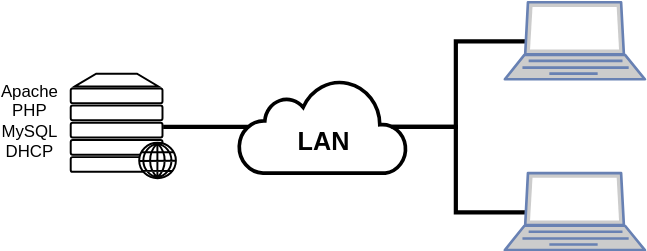
Above: web/web-api/codes/service/dhcp/assets/architecture.svg in ifpb/php-guide (draw.io), before the change. Source tidied: cells renumbered, new cells last; positions are measured from the earlier drawing's top-left corner, leaving out a move shared by most shapes. The source it was exported from:
```xml
<mxGraphModel>
  <root>
    <mxCell id="0" />
    <mxCell id="1" parent="0" />
    <mxCell id="2" style="edgeStyle=orthogonalEdgeStyle;rounded=0;html=1;jettySize=auto;strokeWidth=3;startArrow=none;startFill=0;endArrow=none;endFill=0;entryX=0.91;entryY=0.5;entryPerimeter=0;exitX=0.15;exitY=0.5;exitPerimeter=0;" parent="1" edge="1" source="7" target="3">
      <mxGeometry relative="1" as="geometry" />
    </mxCell>
    <mxCell id="3" style="html=1;outlineConnect=0;fillColor=#ffffff;strokeColor=#000000;gradientDirection=north;strokeWidth=2;shape=mxgraph.networks.cloud;fontColor=#ffffff;" parent="1" vertex="1">
      <mxGeometry x="170" y="55" width="120" height="67" as="geometry" />
    </mxCell>
    <mxCell id="4" style="edgeStyle=orthogonalEdgeStyle;rounded=0;html=1;exitX=0.88;exitY=0.5;exitPerimeter=0;entryX=0.06;entryY=0.5;entryPerimeter=0;startArrow=none;startFill=0;endArrow=none;endFill=0;jettySize=auto;strokeWidth=3;" parent="1" edge="1" source="5" target="3">
      <mxGeometry relative="1" as="geometry" />
    </mxCell>
    <mxCell id="5" style="fontColor=#0066CC;verticalAlign=top;verticalLabelPosition=bottom;labelPosition=center;align=center;html=1;outlineConnect=0;fillColor=#ffffff;strokeColor=#000000;gradientDirection=north;strokeWidth=2;shape=mxgraph.networks.web_server;" parent="1" vertex="1">
      <mxGeometry x="50" y="51" width="75" height="75" as="geometry" />
    </mxCell>
    <mxCell id="6" value="&lt;font style=&quot;font-size: 18px&quot;&gt;&lt;b&gt;LAN&lt;/b&gt;&lt;/font&gt;" style="text;html=1;strokeColor=none;fillColor=none;align=center;verticalAlign=middle;whiteSpace=wrap;rounded=0;" parent="1" vertex="1">
      <mxGeometry x="210" y="89" width="40" height="20" as="geometry" />
    </mxCell>
    <mxCell id="7" style="fontColor=#0066CC;verticalAlign=top;verticalLabelPosition=bottom;labelPosition=center;align=center;html=1;outlineConnect=0;fillColor=#CCCCCC;strokeColor=#6881B3;gradientColor=none;gradientDirection=north;strokeWidth=2;shape=mxgraph.networks.laptop;" parent="1" vertex="1">
      <mxGeometry x="360" width="100" height="55" as="geometry" />
    </mxCell>
    <mxCell id="8" style="edgeStyle=orthogonalEdgeStyle;rounded=0;html=1;exitX=0.15;exitY=0.5;exitPerimeter=0;entryX=0.91;entryY=0.5;entryPerimeter=0;startArrow=none;startFill=0;endArrow=none;endFill=0;jettySize=auto;strokeWidth=3;" parent="1" edge="1" source="9" target="3">
      <mxGeometry relative="1" as="geometry" />
    </mxCell>
    <mxCell id="9" style="fontColor=#0066CC;verticalAlign=top;verticalLabelPosition=bottom;labelPosition=center;align=center;html=1;outlineConnect=0;fillColor=#CCCCCC;strokeColor=#6881B3;gradientColor=none;gradientDirection=north;strokeWidth=2;shape=mxgraph.networks.laptop;" parent="1" vertex="1">
      <mxGeometry x="360" y="122" width="100" height="55" as="geometry" />
    </mxCell>
    <mxCell id="10" value="Apache&lt;br&gt;PHP&lt;br&gt;MySQL&lt;br&gt;DHCP&lt;br&gt;" style="text;html=1;strokeColor=none;fillColor=none;align=center;verticalAlign=middle;whiteSpace=wrap;rounded=0;" parent="1" vertex="1">
      <mxGeometry y="74" width="40" height="20" as="geometry" />
    </mxCell>
  </root>
</mxGraphModel>
```
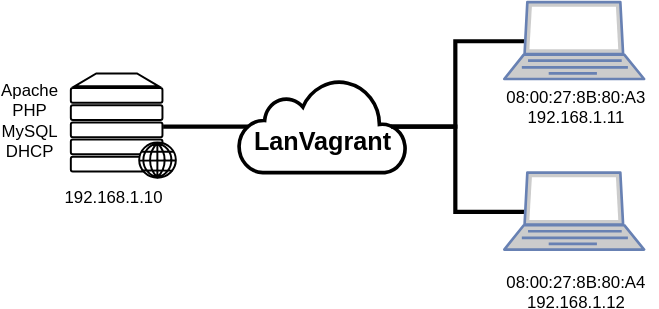
The same file after the commit.

Commit message:
dhcp - new architecture.svg, update vagrantfile

The edit, as a diff of the source:
```diff
@@ -14,7 +14,7 @@
     <mxCell id="5" style="fontColor=#0066CC;verticalAlign=top;verticalLabelPosition=bottom;labelPosition=center;align=center;html=1;outlineConnect=0;fillColor=#ffffff;strokeColor=#000000;gradientDirection=north;strokeWidth=2;shape=mxgraph.networks.web_server;" parent="1" vertex="1">
       <mxGeometry x="50" y="51" width="75" height="75" as="geometry" />
     </mxCell>
-    <mxCell id="6" value="&lt;font style=&quot;font-size: 18px&quot;&gt;&lt;b&gt;LAN&lt;/b&gt;&lt;/font&gt;" style="text;html=1;strokeColor=none;fillColor=none;align=center;verticalAlign=middle;whiteSpace=wrap;rounded=0;" parent="1" vertex="1">
+    <mxCell id="6" value="&lt;span&gt;&lt;b&gt;&lt;font style=&quot;font-size: 18px&quot;&gt;LanVagrant&lt;/font&gt;&lt;/b&gt;&lt;/span&gt;&lt;br&gt;" style="text;html=1;strokeColor=none;fillColor=none;align=center;verticalAlign=middle;whiteSpace=wrap;rounded=0;" parent="1" vertex="1">
       <mxGeometry x="210" y="89" width="40" height="20" as="geometry" />
     </mxCell>
     <mxCell id="7" style="fontColor=#0066CC;verticalAlign=top;verticalLabelPosition=bottom;labelPosition=center;align=center;html=1;outlineConnect=0;fillColor=#CCCCCC;strokeColor=#6881B3;gradientColor=none;gradientDirection=north;strokeWidth=2;shape=mxgraph.networks.laptop;" parent="1" vertex="1">
@@ -29,5 +29,14 @@
     <mxCell id="10" value="Apache&lt;br&gt;PHP&lt;br&gt;MySQL&lt;br&gt;DHCP&lt;br&gt;" style="text;html=1;strokeColor=none;fillColor=none;align=center;verticalAlign=middle;whiteSpace=wrap;rounded=0;" parent="1" vertex="1">
       <mxGeometry y="74" width="40" height="20" as="geometry" />
     </mxCell>
+    <mxCell id="11" value="&lt;div style=&quot;text-align: center&quot;&gt;&lt;span&gt;08:00:27:8B:80:A3&lt;/span&gt;&lt;/div&gt;&lt;div style=&quot;text-align: center&quot;&gt;192.168.1.11&lt;/div&gt;" style="text;html=1;" parent="1" vertex="1">
+      <mxGeometry x="360" y="55" width="110" height="30" as="geometry" />
+    </mxCell>
+    <mxCell id="12" value="&lt;div style=&quot;text-align: center&quot;&gt;&lt;span&gt;08:00:27:8B:80:A4&lt;/span&gt;&lt;/div&gt;&lt;div style=&quot;text-align: center&quot;&gt;192.168.1.12&lt;/div&gt;" style="text;html=1;" parent="1" vertex="1">
+      <mxGeometry x="360" y="187" width="110" height="30" as="geometry" />
+    </mxCell>
+    <mxCell id="13" value="&lt;div style=&quot;text-align: center&quot;&gt;&lt;span&gt;192.168.1.10&lt;/span&gt;&lt;br&gt;&lt;/div&gt;" style="text;html=1;" parent="1" vertex="1">
+      <mxGeometry x="44" y="126" width="80" height="30" as="geometry" />
+    </mxCell>
   </root>
 </mxGraphModel>
```
